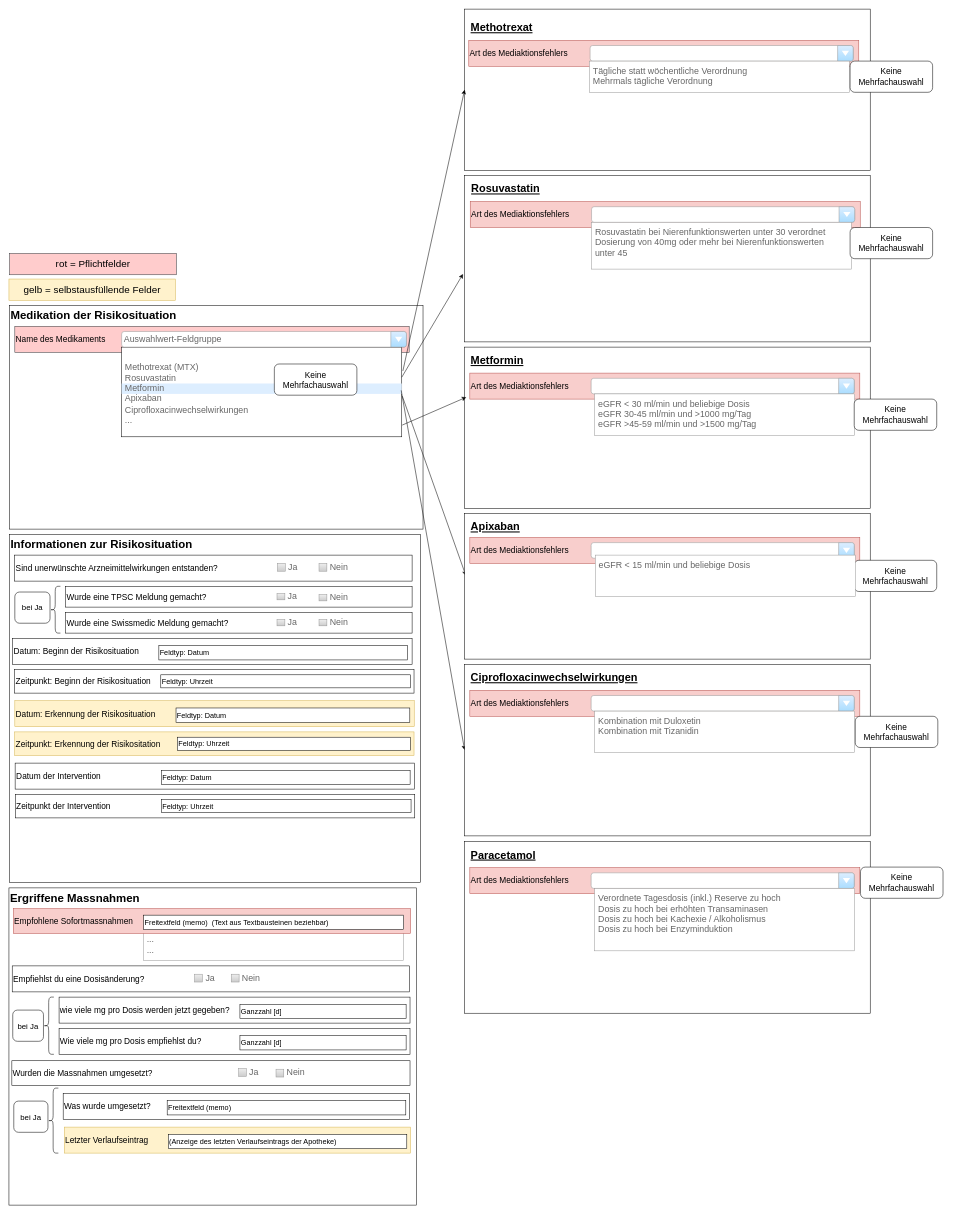
MarlenKuehn/DOFI-draw.io keeps this draw.io diagram as DOFI_Konzept2.drawio. Above is the earlier version. Source tidied: cells renumbered, new cells numbered last; positions are measured from the earlier drawing's top-left corner, leaving out a move shared by most shapes. Both pictures are drawn from the tidied source at 52%, with x=0, y=0 at pixel (9, 9).
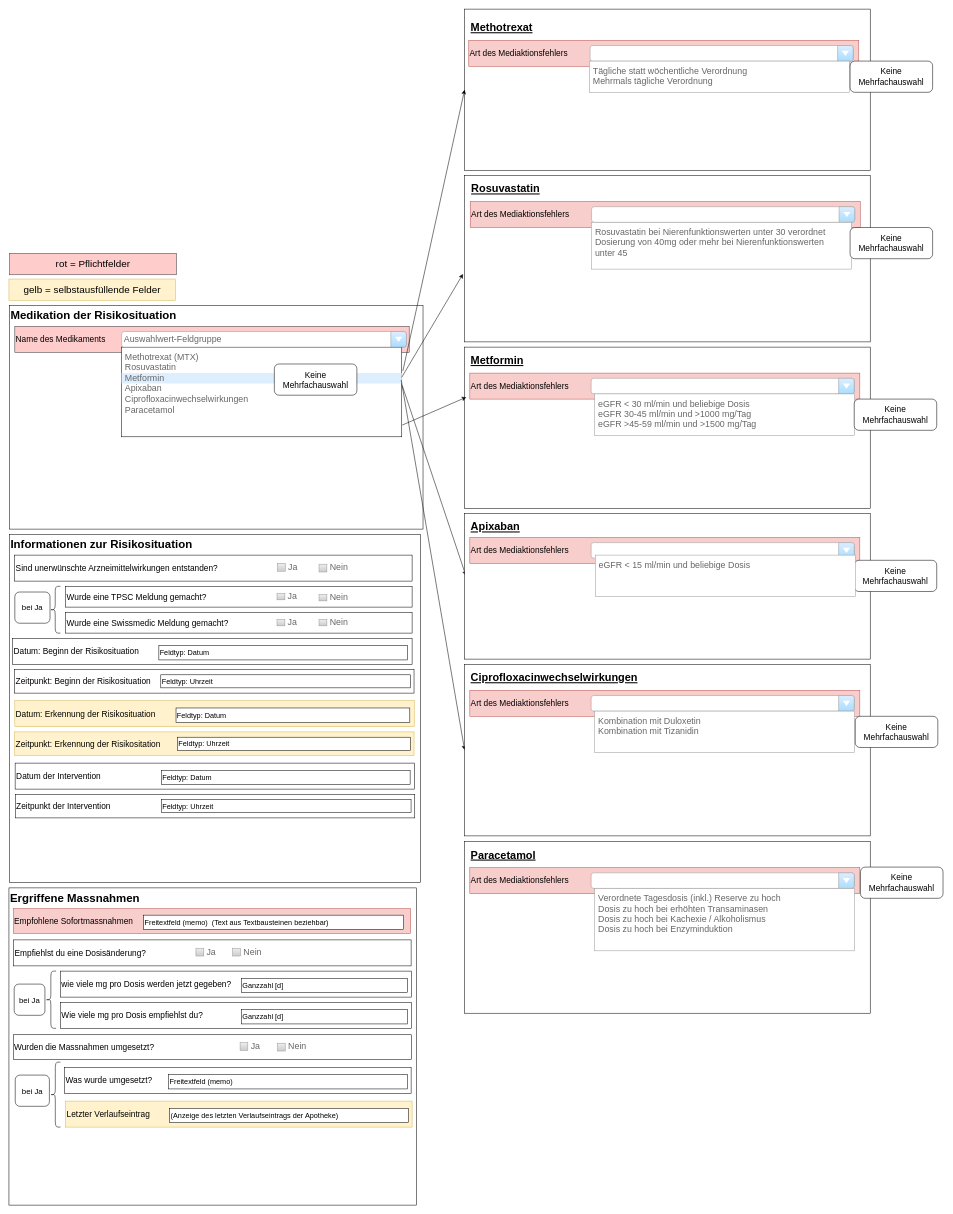
The same page after the edit.

The change refers to these unchanged cells:
```xml
<mxCell id="6" style="strokeWidth=1;shadow=0;dashed=0;align=center;html=1;shape=mxgraph.mockup.forms.rrect;rSize=0;" parent="4" vertex="1">
  <mxGeometry x="215.4" y="80" width="538.7" height="172.5" as="geometry" />
</mxCell>
<mxCell id="16" value="Informationen zur Risikosituation" style="html=1;whiteSpace=wrap;verticalAlign=top;align=left;fontStyle=1;fontSize=22;" parent="1" vertex="1">
  <mxGeometry x="1" y="1010" width="790" height="670" as="geometry" />
</mxCell>
```

Diff of the diagram source:
```diff
@@
     <mxCell id="7" value="Methotrexat (MTX)" style="strokeWidth=1;shadow=0;dashed=0;align=center;html=1;shape=mxgraph.mockup.forms.anchor;fontSize=17;fontColor=#666666;align=left;spacingLeft=5;whiteSpace=wrap;" parent="6" vertex="1">
       <mxGeometry width="538.7" height="20" relative="1" as="geometry">
-        <mxPoint y="30" as="offset" />
+        <mxPoint y="10" as="offset" />
       </mxGeometry>
     </mxCell>
     <mxCell id="8" value="Rosuvastatin" style="strokeWidth=1;shadow=0;dashed=0;align=center;html=1;shape=mxgraph.mockup.forms.anchor;fontSize=17;fontColor=#666666;align=left;spacingLeft=5;whiteSpace=wrap;" parent="6" vertex="1">
       <mxGeometry width="538.7" height="20" relative="1" as="geometry">
-        <mxPoint y="50" as="offset" />
+        <mxPoint y="30" as="offset" />
       </mxGeometry>
     </mxCell>
     <mxCell id="9" value="Metformin" style="strokeWidth=1;shadow=0;dashed=0;align=center;html=1;shape=mxgraph.mockup.forms.rrect;rSize=0;fontSize=17;fontColor=#666666;align=left;spacingLeft=5;fillColor=#ddeeff;strokeColor=none;whiteSpace=wrap;" parent="6" vertex="1">
       <mxGeometry width="538.7" height="20" relative="1" as="geometry">
-        <mxPoint y="70" as="offset" />
+        <mxPoint y="50" as="offset" />
       </mxGeometry>
     </mxCell>
     <mxCell id="10" value="Apixaban" style="strokeWidth=1;shadow=0;dashed=0;align=center;html=1;shape=mxgraph.mockup.forms.anchor;fontSize=17;fontColor=#666666;align=left;spacingLeft=5;whiteSpace=wrap;" parent="6" vertex="1">
       <mxGeometry width="538.7" height="20" relative="1" as="geometry">
-        <mxPoint y="90" as="offset" />
+        <mxPoint y="70" as="offset" />
       </mxGeometry>
     </mxCell>
     <mxCell id="11" value="Ciprofloxacinwechselwirkungen" style="strokeWidth=1;shadow=0;dashed=0;align=center;html=1;shape=mxgraph.mockup.forms.anchor;fontSize=17;fontColor=#666666;align=left;spacingLeft=5;whiteSpace=wrap;" parent="6" vertex="1">
-      <mxGeometry y="111.6" width="538.7" height="20.3" as="geometry" />
+      <mxGeometry y="91.6" width="538.7" height="20.3" as="geometry" />
     </mxCell>
-    <mxCell id="12" value="..." style="strokeWidth=1;shadow=0;dashed=0;align=center;html=1;shape=mxgraph.mockup.forms.anchor;fontSize=17;fontColor=#666666;align=left;spacingLeft=5;whiteSpace=wrap;" parent="6" vertex="1">
-      <mxGeometry y="131.9" width="538.7" height="20.3" as="geometry" />
+    <mxCell id="12" value="Paracetamol" style="strokeWidth=1;shadow=0;dashed=0;align=center;html=1;shape=mxgraph.mockup.forms.anchor;fontSize=17;fontColor=#666666;align=left;spacingLeft=5;whiteSpace=wrap;" parent="6" vertex="1">
+      <mxGeometry y="111.9" width="538.7" height="20.3" as="geometry" />
     </mxCell>
@@
-    <mxCell id="36" value="Nein" style="strokeWidth=1;shadow=0;dashed=0;align=center;html=1;shape=mxgraph.mockup.forms.rrect;rSize=0;fillColor=#eeeeee;strokeColor=#999999;gradientColor=#cccccc;align=left;spacingLeft=4;fontSize=17;fontColor=#666666;labelPosition=right;" parent="1" vertex="1">
-      <mxGeometry x="596" y="1066" width="15.1" height="15" as="geometry" />
+    <mxCell id="36" value="Nein" style="strokeWidth=1;shadow=0;dashed=0;align=center;html=1;shape=mxgraph.mockup.forms.rrect;rSize=0;fillColor=#eeeeee;strokeColor=#999999;gradientColor=#cccccc;align=left;spacingLeft=4;fontSize=17;fontColor=#666666;labelPosition=right;" parent="16" vertex="1">
+      <mxGeometry x="595" y="57.5" width="15.1" height="15" as="geometry" />
     </mxCell>
@@
     <mxCell id="100" value="&lt;font style=&quot;font-size: 16px;&quot;&gt;Wurden die Massnahmen umgesetzt?&lt;/font&gt;" style="html=1;whiteSpace=wrap;align=left;" parent="1" vertex="1">
-      <mxGeometry x="5.3" y="2022.4" width="765.7" height="47.6" as="geometry" />
+      <mxGeometry x="8.1" y="1972.4" width="765.7" height="47.6" as="geometry" />
     </mxCell>
@@
     <mxCell id="103" value="&lt;font style=&quot;font-size: 16px;&quot;&gt;wie viele mg pro Dosis werden jetzt gegeben?&lt;/font&gt;" style="html=1;whiteSpace=wrap;align=left;" parent="1" vertex="1">
-      <mxGeometry x="96.1" y="1900" width="674.9" height="50" as="geometry" />
+      <mxGeometry x="98.9" y="1850" width="674.9" height="50" as="geometry" />
     </mxCell>
@@
     <mxCell id="105" value="&lt;font style=&quot;font-size: 16px;&quot;&gt;Wie viele mg pro Dosis empfiehlst du?&lt;/font&gt;" style="html=1;whiteSpace=wrap;align=left;" parent="1" vertex="1">
-      <mxGeometry x="96.1" y="1960" width="674.9" height="50" as="geometry" />
+      <mxGeometry x="98.9" y="1910" width="674.9" height="50" as="geometry" />
     </mxCell>
@@
     <mxCell id="107" style="shape=curlyBracket;whiteSpace=wrap;html=1;rounded=1;labelPosition=left;verticalLabelPosition=middle;align=right;verticalAlign=middle;" parent="1" vertex="1">
-      <mxGeometry x="66.1" y="1900" width="20" height="110" as="geometry" />
+      <mxGeometry x="70.3" y="1850" width="20" height="110" as="geometry" />
     </mxCell>
     <mxCell id="108" value="&lt;font style=&quot;font-size: 15px;&quot;&gt;bei Ja&lt;/font&gt;" style="rounded=1;whiteSpace=wrap;html=1;" parent="1" vertex="1">
-      <mxGeometry x="7" y="1925" width="59.1" height="60" as="geometry" />
+      <mxGeometry x="9.8" y="1875" width="59.1" height="60" as="geometry" />
     </mxCell>
     <mxCell id="109" value="&lt;font style=&quot;font-size: 16px;&quot;&gt;Empfiehlst du eine Dosisänderung?&lt;/font&gt;" style="html=1;whiteSpace=wrap;align=left;" parent="1" vertex="1">
-      <mxGeometry x="6" y="1840" width="764.4" height="50" as="geometry" />
+      <mxGeometry x="8.7" y="1790" width="764.4" height="50" as="geometry" />
     </mxCell>
@@
     <mxCell id="112" value="&lt;font style=&quot;font-size: 16px;&quot;&gt;Letzter Verlaufseintrag&lt;/font&gt;" style="html=1;whiteSpace=wrap;align=left;fillColor=#fff2cc;strokeColor=#d6b656;" parent="1" vertex="1">
-      <mxGeometry x="106.1" y="2150" width="666.1" height="50" as="geometry" />
+      <mxGeometry x="108.9" y="2100" width="666.1" height="50" as="geometry" />
     </mxCell>
@@
     <mxCell id="114" value="&lt;font style=&quot;font-size: 15px;&quot;&gt;bei Ja&lt;/font&gt;" style="rounded=1;whiteSpace=wrap;html=1;" parent="1" vertex="1">
-      <mxGeometry x="9" y="2100" width="65.7" height="60" as="geometry" />
+      <mxGeometry x="11.8" y="2050" width="65.7" height="60" as="geometry" />
     </mxCell>
     <mxCell id="115" style="shape=curlyBracket;whiteSpace=wrap;html=1;rounded=1;labelPosition=left;verticalLabelPosition=middle;align=right;verticalAlign=middle;" parent="1" vertex="1">
-      <mxGeometry x="74.7" y="2075" width="20" height="125" as="geometry" />
+      <mxGeometry x="78.9" y="2025" width="20" height="125" as="geometry" />
     </mxCell>
     <mxCell id="116" value="&lt;font style=&quot;font-size: 16px;&quot;&gt;Was wurde umgesetzt?&lt;/font&gt;" style="html=1;whiteSpace=wrap;align=left;" parent="1" vertex="1">
-      <mxGeometry x="104" y="2085" width="666.3" height="50" as="geometry" />
+      <mxGeometry x="106.8" y="2035" width="666.3" height="50" as="geometry" />
     </mxCell>
@@
-    <mxCell id="118" style="strokeWidth=1;shadow=0;dashed=0;align=center;html=1;shape=mxgraph.mockup.forms.rrect;rSize=0;strokeColor=#999999;fillColor=#ffffff;" parent="1" vertex="1">
-      <mxGeometry x="258.1" y="1770" width="500" height="60" as="geometry" />
-    </mxCell>
-    <mxCell id="119" value="..." style="strokeWidth=1;shadow=0;dashed=0;align=center;html=1;shape=mxgraph.mockup.forms.anchor;fontSize=17;fontColor=#666666;align=left;spacingLeft=5;whiteSpace=wrap;" parent="118" vertex="1">
-      <mxGeometry width="455.17" height="20" relative="1" as="geometry">
-        <mxPoint y="10" as="offset" />
-      </mxGeometry>
-    </mxCell>
-    <mxCell id="120" value="..." style="strokeWidth=1;shadow=0;dashed=0;align=center;html=1;shape=mxgraph.mockup.forms.anchor;fontSize=17;fontColor=#666666;align=left;spacingLeft=5;whiteSpace=wrap;" parent="118" vertex="1">
-      <mxGeometry width="455.17" height="20" relative="1" as="geometry">
-        <mxPoint y="30" as="offset" />
-      </mxGeometry>
-    </mxCell>
```
